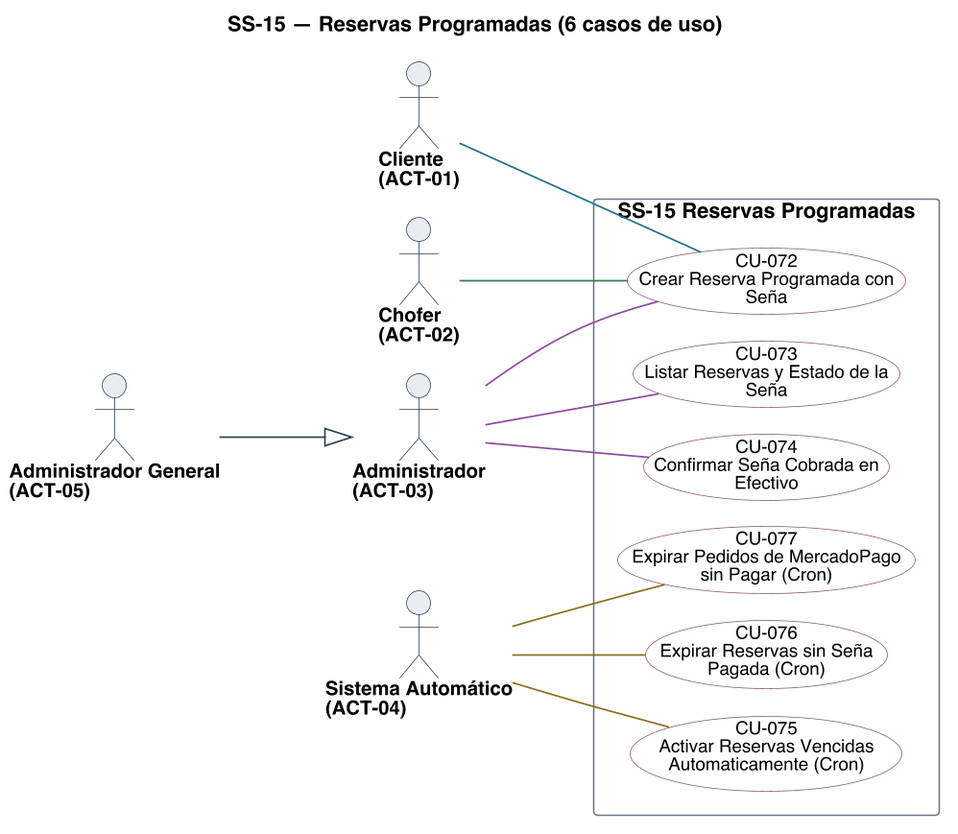
Above: diagramas/uml/CU_SS-15_Reservas-Programadas.png in Nahuelito-Dev/splg-docs (PlantUML), before the change.
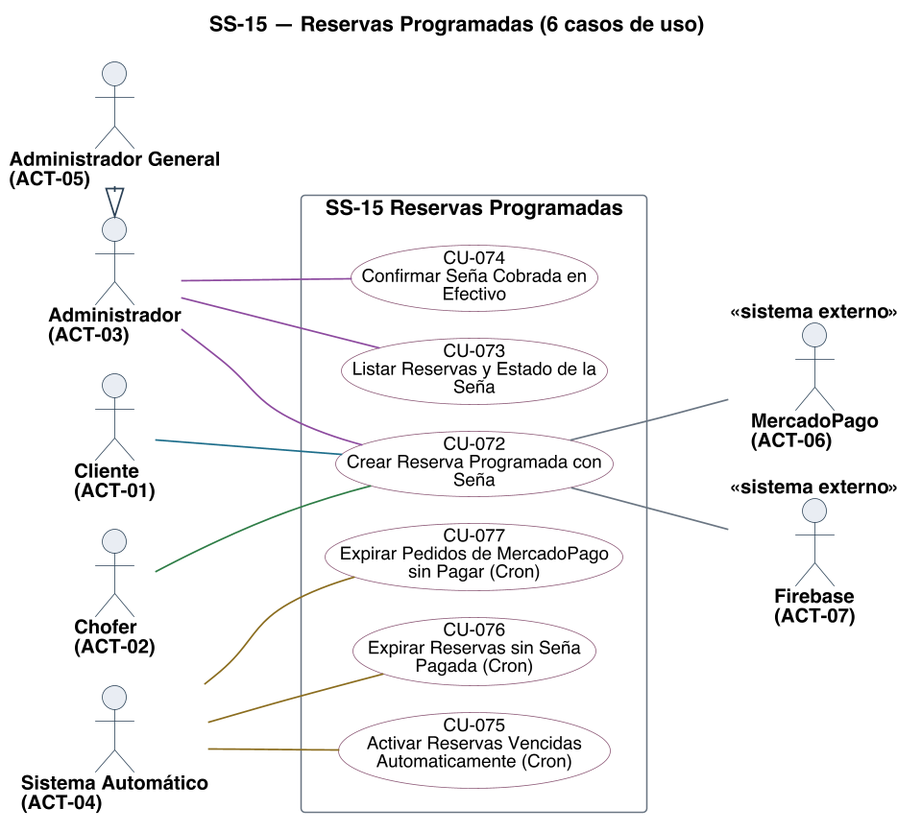
After the change.

What changed in the source:
```diff
@@ -39,6 +39,8 @@
 actor "Administrador\n(ACT-03)" as A03
 actor "Sistema Automático\n(ACT-04)" as A04
 actor "Administrador General\n(ACT-05)" as A05
+actor "MercadoPago\n(ACT-06)" as A06 <<sistema externo>>
+actor "Firebase\n(ACT-07)" as A07 <<sistema externo>>
 
 rectangle "SS-15 Reservas Programadas" {
   usecase "CU-072\nCrear Reserva Programada con\nSeña" as U072 #back:FFFFFF;line:8A5674
@@ -57,6 +59,8 @@
 A04 -[#8A6D1F]- U075
 A04 -[#8A6D1F]- U076
 A04 -[#8A6D1F]- U077
-A05 --|> A03
+U072 -[#6B7683]- A06
+U072 -[#6B7683]- A07
+A05 -right-|> A03
 
 @enduml
```
